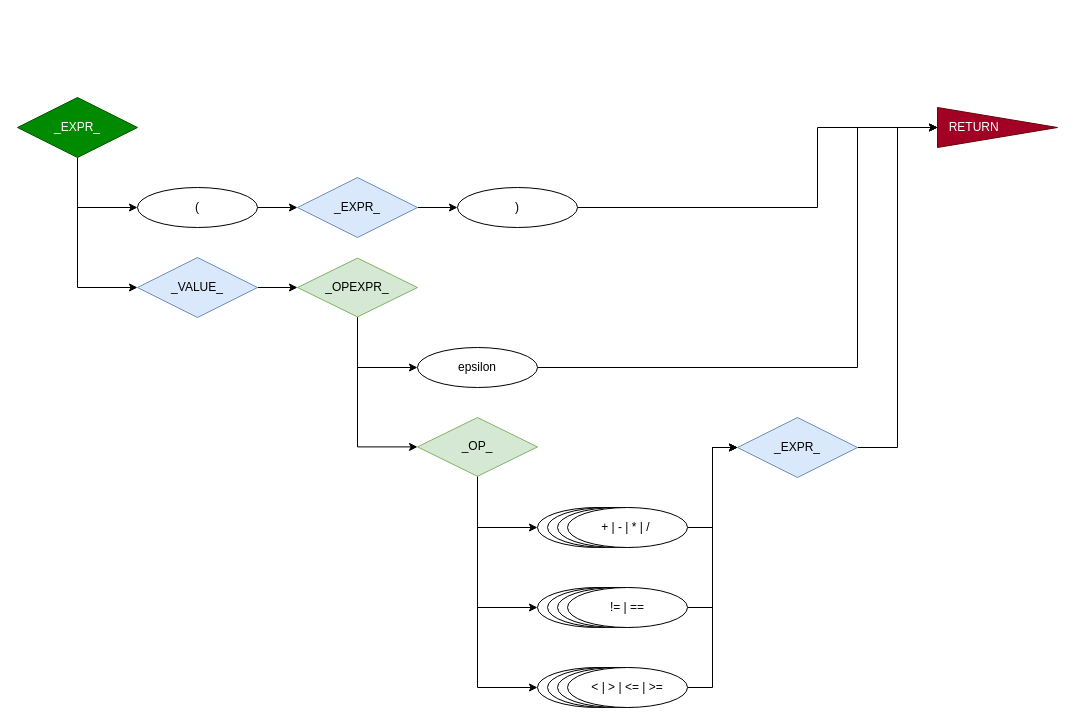
ZacharyYGateley/Compiler keeps this draw.io diagram as page "Backup_EXPR_" (9 of 9) of CFG.drawio. Above is the earlier version. Source tidied: cells renumbered, new cells numbered last; positions are measured from the earlier drawing's top-left corner, leaving out a move shared by most shapes. Both pictures are drawn from the tidied source at 100%, with x=0, y=0 at pixel (17, 97).
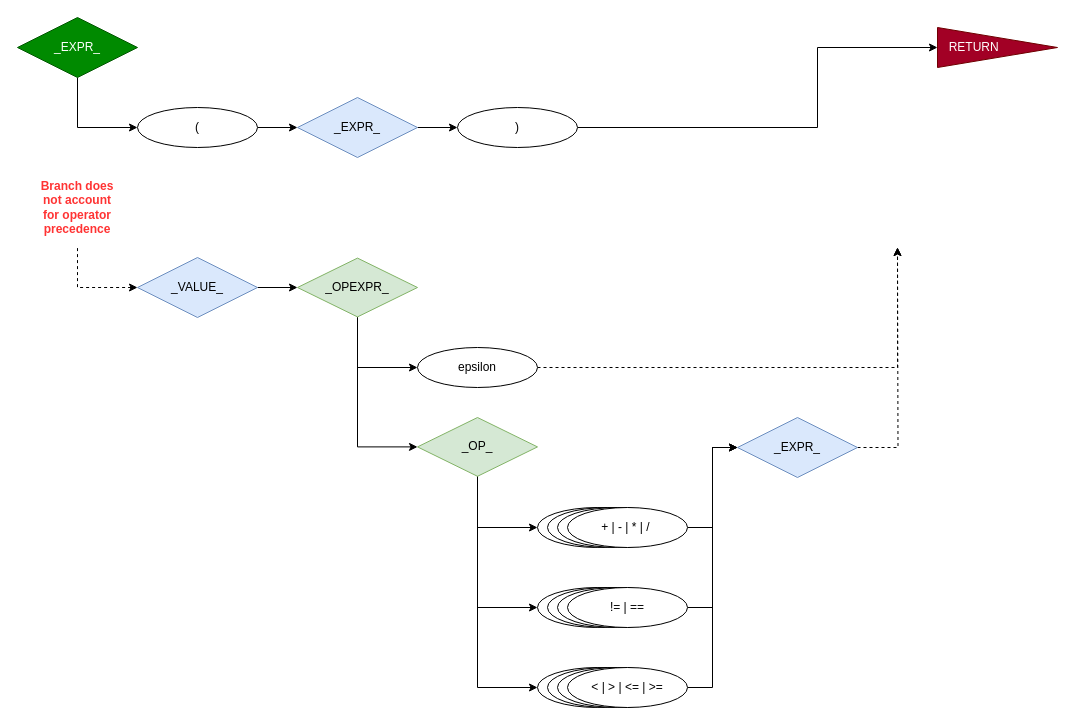
The same page after the edit.

Unchanged cells that the change refers to:
```xml
<mxCell id="12" value="_VALUE_" style="rhombus;whiteSpace=wrap;html=1;fillColor=#dae8fc;strokeColor=#6c8ebf;" parent="1" vertex="1">
  <mxGeometry x="120" y="160" width="120" height="60" as="geometry" />
</mxCell>
<mxCell id="21" value="_EXPR_" style="rhombus;whiteSpace=wrap;html=1;fillColor=#dae8fc;strokeColor=#6c8ebf;" parent="1" vertex="1">
  <mxGeometry x="720" y="320" width="120" height="60" as="geometry" />
</mxCell>
<mxCell id="23" value="epsilon" style="ellipse;whiteSpace=wrap;html=1;" parent="1" vertex="1">
  <mxGeometry x="400" y="250" width="120" height="40" as="geometry" />
</mxCell>
```

Diff of the diagram source:
```diff
@@
-    <mxCell id="3" style="edgeStyle=orthogonalEdgeStyle;rounded=0;jettySize=auto;html=1;exitX=0.5;exitY=1;exitDx=0;exitDy=0;entryX=0;entryY=0.5;entryDx=0;entryDy=0;" parent="1" edge="1" source="4" target="12">
+    <mxCell id="3" style="edgeStyle=orthogonalEdgeStyle;rounded=0;jettySize=auto;html=1;exitX=0.5;exitY=1;exitDx=0;exitDy=0;entryX=0;entryY=0.5;entryDx=0;entryDy=0;dashed=1;" parent="1" edge="1" source="40" target="12">
       <mxGeometry relative="1" as="geometry" />
     </mxCell>
     <mxCell id="4" value="_EXPR_" style="rhombus;whiteSpace=wrap;html=1;fillColor=#008a00;strokeColor=#005700;fontColor=#ffffff;" parent="1" vertex="1">
-      <mxGeometry width="120" height="60" as="geometry" />
+      <mxGeometry y="-80" width="120" height="60" as="geometry" />
     </mxCell>
@@
     <mxCell id="6" value="(" style="ellipse;whiteSpace=wrap;html=1;" parent="1" vertex="1">
-      <mxGeometry x="120" y="90" width="120" height="40" as="geometry" />
+      <mxGeometry x="120" y="10" width="120" height="40" as="geometry" />
     </mxCell>
     <mxCell id="7" style="edgeStyle=orthogonalEdgeStyle;rounded=0;jettySize=auto;html=1;exitX=1;exitY=0.5;exitDx=0;exitDy=0;entryX=0;entryY=0.5;entryDx=0;entryDy=0;" parent="1" edge="1" source="8" target="39">
       <mxGeometry relative="1" as="geometry">
         <Array as="points">
-          <mxPoint x="800" y="110" />
           <mxPoint x="800" y="30" />
+          <mxPoint x="800" y="-50" />
         </Array>
       </mxGeometry>
     </mxCell>
     <mxCell id="8" value=")" style="ellipse;whiteSpace=wrap;html=1;" parent="1" vertex="1">
-      <mxGeometry x="440" y="90" width="120" height="40" as="geometry" />
+      <mxGeometry x="440" y="10" width="120" height="40" as="geometry" />
     </mxCell>
@@
     <mxCell id="10" value="_EXPR_" style="rhombus;whiteSpace=wrap;html=1;fillColor=#dae8fc;strokeColor=#6c8ebf;" parent="1" vertex="1">
-      <mxGeometry x="280" y="80" width="120" height="60" as="geometry" />
+      <mxGeometry x="280" width="120" height="60" as="geometry" />
     </mxCell>
@@
-    <mxCell id="20" style="edgeStyle=orthogonalEdgeStyle;rounded=0;jettySize=auto;html=1;exitX=1;exitY=0.5;exitDx=0;exitDy=0;entryX=0;entryY=0.5;entryDx=0;entryDy=0;" parent="1" edge="1" source="21" target="39">
-      <mxGeometry relative="1" as="geometry" />
+    <mxCell id="20" style="edgeStyle=orthogonalEdgeStyle;rounded=0;jettySize=auto;html=1;exitX=1;exitY=0.5;exitDx=0;exitDy=0;dashed=1;" parent="1" edge="1" source="21">
+      <mxGeometry relative="1" as="geometry">
+        <mxPoint x="880" y="150" as="targetPoint" />
+      </mxGeometry>
     </mxCell>
@@
-    <mxCell id="22" style="edgeStyle=orthogonalEdgeStyle;rounded=0;jettySize=auto;html=1;exitX=1;exitY=0.5;exitDx=0;exitDy=0;entryX=0;entryY=0.5;entryDx=0;entryDy=0;" parent="1" edge="1" source="23" target="39">
+    <mxCell id="22" style="edgeStyle=orthogonalEdgeStyle;rounded=0;jettySize=auto;html=1;exitX=1;exitY=0.5;exitDx=0;exitDy=0;dashed=1;" parent="1" edge="1" source="23">
       <mxGeometry relative="1" as="geometry">
+        <mxPoint x="880" y="150" as="targetPoint" />
         <Array as="points">
-          <mxPoint x="840" y="270" />
-          <mxPoint x="840" y="30" />
+          <mxPoint x="880" y="270" />
         </Array>
       </mxGeometry>
     </mxCell>
@@
     <mxCell id="39" value="RETURN&amp;nbsp; &amp;nbsp; &amp;nbsp; &amp;nbsp; &amp;nbsp; &amp;nbsp; &amp;nbsp;&amp;nbsp;" style="triangle;whiteSpace=wrap;html=1;fillColor=#a20025;strokeColor=#6F0000;fontColor=#ffffff;" parent="1" vertex="1">
-      <mxGeometry x="920" y="10" width="120" height="40" as="geometry" />
+      <mxGeometry x="920" y="-70" width="120" height="40" as="geometry" />
     </mxCell>
+    <mxCell id="40" value="&lt;font color=&quot;#ff3333&quot;&gt;&lt;b&gt;Branch does not account for operator precedence&lt;/b&gt;&lt;/font&gt;" style="text;html=1;strokeColor=none;fillColor=none;align=center;verticalAlign=middle;whiteSpace=wrap;rounded=0;" parent="1" vertex="1">
+      <mxGeometry x="20" y="70" width="80" height="80.6" as="geometry" />
+    </mxCell>
```
